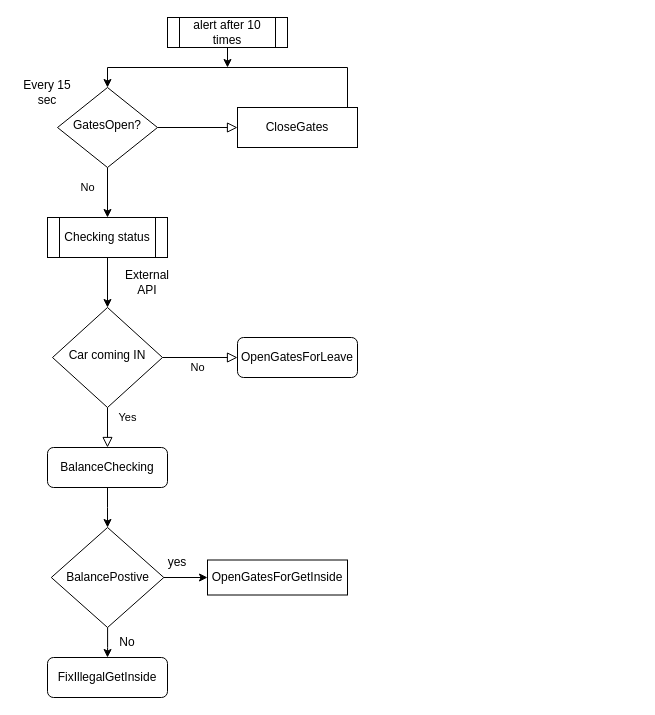
This is diag1.drawio from JacobBermudes/literate-octo-invention, a draw.io file, before an edit. Source tidied: cells renumbered, new cells numbered last; positions are measured from the earlier drawing's top-left corner, leaving out a move shared by most shapes. Both pictures are drawn from the tidied source at 100%, with x=0, y=0 at pixel (17, 17).
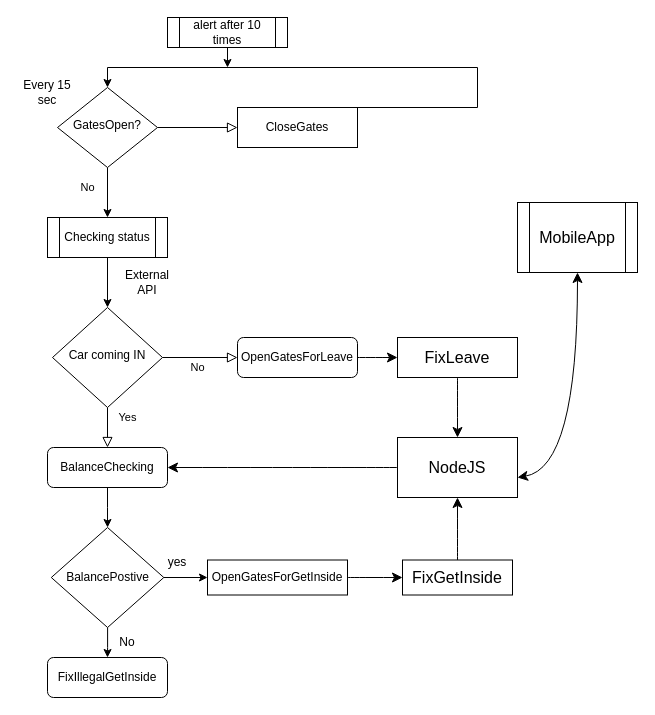
The same page after the edit.

Unchanged cells that the change refers to:
```xml
<mxCell id="4" value="GatesOpen?" style="rhombus;whiteSpace=wrap;html=1;shadow=0;fontFamily=Helvetica;fontSize=12;align=center;strokeWidth=1;spacing=6;spacingTop=-4;" parent="1" vertex="1">
  <mxGeometry x="40" y="70" width="100" height="80" as="geometry" />
</mxCell>
<mxCell id="6" value="CloseGates" style="rounded=1;whiteSpace=wrap;html=1;fontSize=12;glass=0;strokeWidth=1;shadow=0;arcSize=0;" parent="1" vertex="1">
  <mxGeometry x="220" y="90" width="120" height="40" as="geometry" />
</mxCell>
<mxCell id="11" value="BalanceChecking" style="rounded=1;whiteSpace=wrap;html=1;fontSize=12;glass=0;strokeWidth=1;shadow=0;" parent="1" vertex="1">
  <mxGeometry x="30" y="430" width="120" height="40" as="geometry" />
</mxCell>
<mxCell id="12" value="OpenGatesForLeave" style="rounded=1;whiteSpace=wrap;html=1;fontSize=12;glass=0;strokeWidth=1;shadow=0;" parent="1" vertex="1">
  <mxGeometry x="220" y="320" width="120" height="40" as="geometry" />
</mxCell>
<mxCell id="22" value="OpenGatesForGetInside" style="rounded=0;whiteSpace=wrap;html=1;" parent="1" vertex="1">
  <mxGeometry x="190" y="542.5" width="140" height="35" as="geometry" />
</mxCell>
```

Change to the diagram source:
```diff
@@
     <mxCell id="5" style="edgeStyle=orthogonalEdgeStyle;rounded=0;jettySize=auto;html=1;exitX=0.5;exitY=0;exitDx=0;exitDy=0;entryX=0.5;entryY=0;entryDx=0;entryDy=0;" parent="1" edge="1" source="6" target="4">
       <mxGeometry relative="1" as="geometry">
         <Array as="points">
-          <mxPoint x="330" y="50" />
+          <mxPoint x="460" y="90" />
+          <mxPoint x="460" y="50" />
           <mxPoint x="90" y="50" />
         </Array>
       </mxGeometry>
     </mxCell>
@@
+    <mxCell id="26" style="edgeStyle=none;curved=1;rounded=0;jettySize=auto;html=1;entryX=0;entryY=0.5;entryDx=0;entryDy=0;fontSize=12;startSize=8;endSize=8;" parent="1" edge="1" source="12" target="31">
+      <mxGeometry relative="1" as="geometry" />
+    </mxCell>
@@
+    <mxCell id="27" style="edgeStyle=none;curved=1;rounded=0;jettySize=auto;html=1;entryX=0;entryY=0.5;entryDx=0;entryDy=0;fontSize=12;startSize=8;endSize=8;" parent="1" edge="1" source="22" target="33">
+      <mxGeometry relative="1" as="geometry" />
+    </mxCell>
@@
+    <mxCell id="28" style="edgeStyle=none;curved=1;rounded=0;jettySize=auto;html=1;entryX=1;entryY=0.5;entryDx=0;entryDy=0;fontSize=12;startSize=8;endSize=8;" parent="1" edge="1" source="29" target="11">
+      <mxGeometry relative="1" as="geometry" />
+    </mxCell>
+    <mxCell id="29" value="NodeJS" style="whiteSpace=wrap;html=1;fontSize=16;" parent="1" vertex="1">
+      <mxGeometry x="380" y="420" width="120" height="60" as="geometry" />
+    </mxCell>
+    <mxCell id="30" style="edgeStyle=none;curved=1;rounded=0;jettySize=auto;html=1;entryX=0.5;entryY=0;entryDx=0;entryDy=0;fontSize=12;startSize=8;endSize=8;" parent="1" edge="1" source="31" target="29">
+      <mxGeometry relative="1" as="geometry" />
+    </mxCell>
+    <mxCell id="31" value="FixLeave" style="whiteSpace=wrap;html=1;fontSize=16;" parent="1" vertex="1">
+      <mxGeometry x="380" y="320" width="120" height="40" as="geometry" />
+    </mxCell>
+    <mxCell id="32" style="edgeStyle=none;curved=1;rounded=0;jettySize=auto;html=1;entryX=0.5;entryY=1;entryDx=0;entryDy=0;fontSize=12;startSize=8;endSize=8;" parent="1" edge="1" source="33" target="29">
+      <mxGeometry relative="1" as="geometry" />
+    </mxCell>
+    <mxCell id="33" value="FixGetInside" style="whiteSpace=wrap;html=1;fontSize=16;" parent="1" vertex="1">
+      <mxGeometry x="385" y="542.5" width="110" height="35" as="geometry" />
+    </mxCell>
+    <mxCell id="34" value="MobileApp" style="shape=process;whiteSpace=wrap;html=1;backgroundOutline=1;fontSize=16;" parent="1" vertex="1">
+      <mxGeometry x="500" y="185" width="120" height="70" as="geometry" />
+    </mxCell>
+    <mxCell id="35" style="edgeStyle=none;jettySize=auto;html=1;endArrow=classic;startArrow=classic;endSize=8;startSize=8;rounded=0;fontSize=12;curved=1;exitX=1;exitY=0.667;exitDx=0;exitDy=0;exitPerimeter=0;entryX=0.5;entryY=1;entryDx=0;entryDy=0;" parent="1" edge="1" source="29" target="34">
+      <mxGeometry relative="1" as="geometry">
+        <Array as="points">
+          <mxPoint x="560" y="450" />
+        </Array>
+      </mxGeometry>
+    </mxCell>
```
